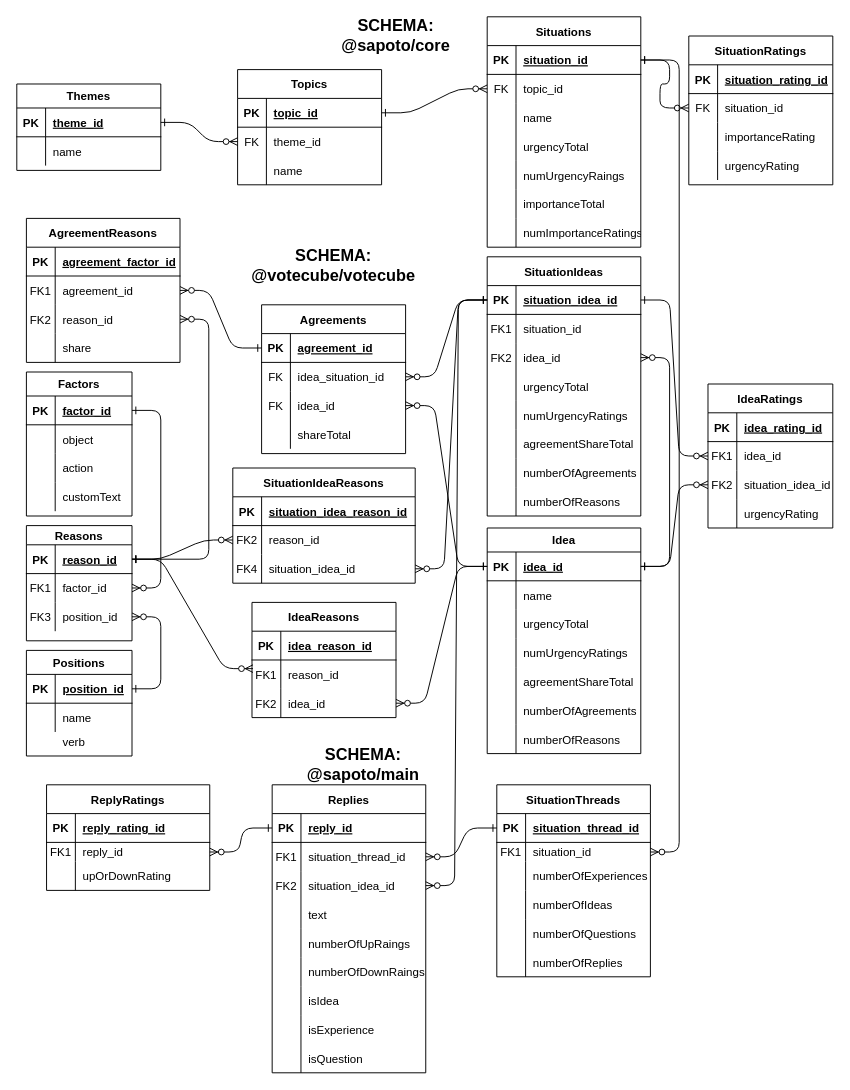
Before: apps/entity-relationship-diagram.drawio in Past-The-War-Earth/sapoto.net, a draw.io diagram. Source tidied: cells renumbered, new cells numbered last; positions are measured from the earlier drawing's top-left corner, leaving out a move shared by most shapes. Both pictures are drawn from the tidied source at 96%, with x=0, y=0 at pixel (16, 16).
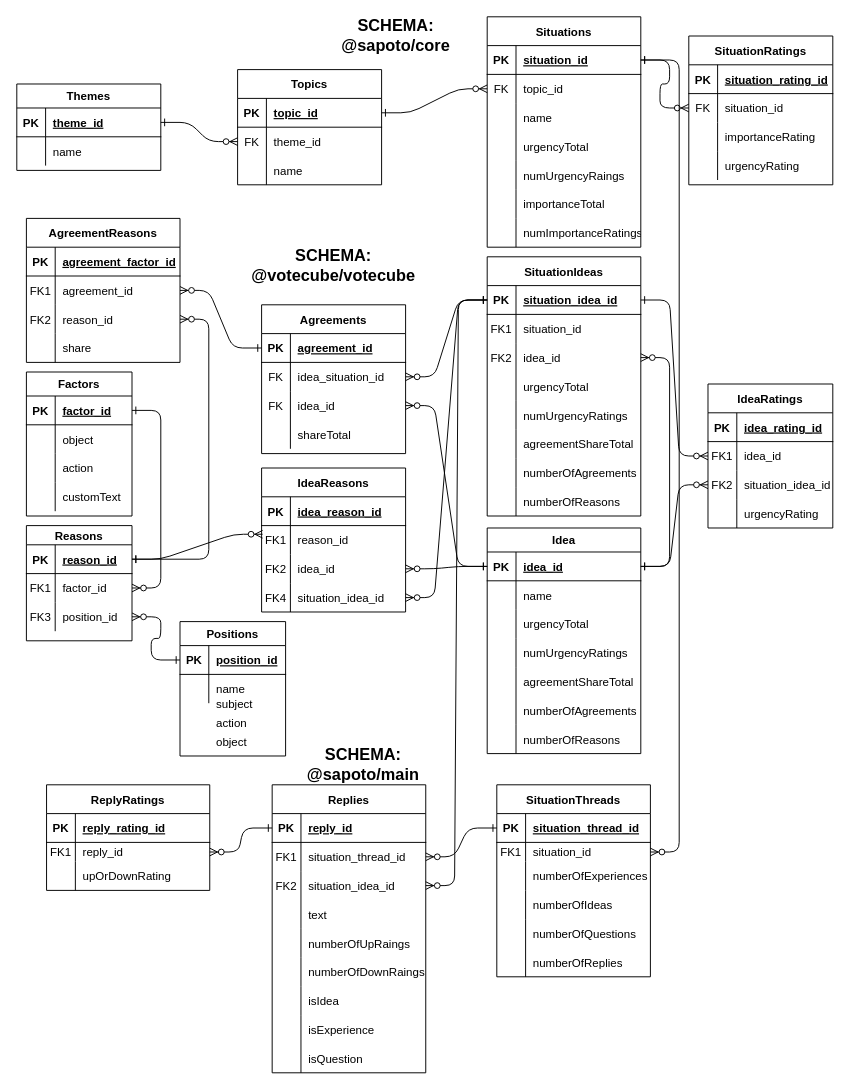
Above is the later version.

Commit message:
Merged SituationIdeaReasons into IdeaReasons

The change refers to these unchanged cells:
```xml
<mxCell id="249" style="shape=partialRectangle;fillColor=none;points=[[0,0.5],[1,0.5]];portConstraint=eastwest;top=0;left=0;right=0;bottom=1;" parent="248" vertex="1">
  <mxGeometry y="20" width="110" height="30" as="geometry" />
</mxCell>
```

Diff of the diagram source:
```diff
@@
     <mxCell id="181" value="IdeaReasons" style="shape=table;startSize=30;childLayout=tableLayout;rowLines=0;fontStyle=1;align=center;" parent="1" vertex="1">
-      <mxGeometry x="245" y="610" width="150" height="120" as="geometry" />
+      <mxGeometry x="255" y="470" width="150" height="150" as="geometry" />
     </mxCell>
@@
+    <mxCell id="266" style="shape=partialRectangle;fillColor=none;points=[[0,0.5],[1,0.5]];portConstraint=eastwest;top=0;left=0;right=0;bottom=0;" parent="181" vertex="1">
+      <mxGeometry y="120" width="150" height="30" as="geometry" />
+    </mxCell>
+    <mxCell id="267" value="FK4" style="shape=partialRectangle;overflow=hidden;fillColor=none;top=0;left=0;bottom=0;right=0;" parent="266" vertex="1">
+      <mxGeometry width="30" height="30" as="geometry" />
+    </mxCell>
+    <mxCell id="268" value="situation_idea_id" style="shape=partialRectangle;overflow=hidden;fillColor=none;top=0;left=0;bottom=0;right=0;align=left;spacingLeft=6;" parent="266" vertex="1">
+      <mxGeometry x="30" width="120" height="30" as="geometry" />
+    </mxCell>
@@
     <mxCell id="206" value="Positions" style="shape=table;startSize=25;childLayout=tableLayout;rowLines=0;fontStyle=1;align=center;" parent="1" vertex="1">
-      <mxGeometry x="10" y="660" width="110" height="110" as="geometry" />
+      <mxGeometry x="170" y="630" width="110" height="140" as="geometry" />
     </mxCell>
@@
-    <mxCell id="259" value="SituationIdeaReasons" style="shape=table;startSize=30;childLayout=tableLayout;rowLines=0;fontStyle=1;align=center;" parent="1" vertex="1">
-      <mxGeometry x="225" y="470" width="190" height="120" as="geometry" />
-    </mxCell>
-    <mxCell id="260" style="shape=partialRectangle;fillColor=none;top=0;left=0;right=0;bottom=1;" parent="259" vertex="1">
-      <mxGeometry y="30" width="190" height="30" as="geometry" />
-    </mxCell>
-    <mxCell id="261" value="PK" style="shape=partialRectangle;overflow=hidden;fillColor=none;top=0;left=0;bottom=0;right=0;fontStyle=1;" parent="260" vertex="1">
-      <mxGeometry width="30" height="30" as="geometry" />
-    </mxCell>
-    <mxCell id="262" value="situation_idea_reason_id" style="shape=partialRectangle;overflow=hidden;fillColor=none;top=0;left=0;bottom=0;right=0;align=left;spacingLeft=6;fontStyle=5;" parent="260" vertex="1">
-      <mxGeometry x="30" width="160" height="30" as="geometry" />
-    </mxCell>
-    <mxCell id="263" style="shape=partialRectangle;fillColor=none;points=[[0,0.5],[1,0.5]];portConstraint=eastwest;top=0;left=0;right=0;bottom=0;" parent="259" vertex="1">
-      <mxGeometry y="60" width="190" height="30" as="geometry" />
-    </mxCell>
-    <mxCell id="264" value="FK2" style="shape=partialRectangle;overflow=hidden;fillColor=none;top=0;left=0;bottom=0;right=0;" parent="263" vertex="1">
-      <mxGeometry width="30" height="30" as="geometry" />
-    </mxCell>
-    <mxCell id="265" value="reason_id" style="shape=partialRectangle;overflow=hidden;fillColor=none;top=0;left=0;bottom=0;right=0;align=left;spacingLeft=6;" parent="263" vertex="1">
-      <mxGeometry x="30" width="160" height="30" as="geometry" />
-    </mxCell>
-    <mxCell id="266" style="shape=partialRectangle;fillColor=none;points=[[0,0.5],[1,0.5]];portConstraint=eastwest;top=0;left=0;right=0;bottom=0;" parent="259" vertex="1">
-      <mxGeometry y="90" width="190" height="30" as="geometry" />
-    </mxCell>
-    <mxCell id="267" value="FK4" style="shape=partialRectangle;overflow=hidden;fillColor=none;top=0;left=0;bottom=0;right=0;" parent="266" vertex="1">
-      <mxGeometry width="30" height="30" as="geometry" />
-    </mxCell>
-    <mxCell id="268" value="situation_idea_id" style="shape=partialRectangle;overflow=hidden;fillColor=none;top=0;left=0;bottom=0;right=0;align=left;spacingLeft=6;" parent="266" vertex="1">
-      <mxGeometry x="30" width="160" height="30" as="geometry" />
-    </mxCell>
-    <mxCell id="269" style="edgeStyle=entityRelationEdgeStyle;endArrow=ERzeroToMany;startArrow=ERone;endFill=1;startFill=0;exitX=1;exitY=0.5;exitDx=0;exitDy=0;entryX=0;entryY=0.5;entryDx=0;entryDy=0;" parent="1" edge="1" source="249" target="263">
-      <mxGeometry relative="1" as="geometry" />
-    </mxCell>
-    <mxCell id="270" style="shape=partialRectangle;fillColor=none;top=0;left=0;right=0;bottom=0;" parent="1" vertex="1">
-      <mxGeometry x="10" y="740" width="110" height="30" as="geometry" />
-    </mxCell>
-    <mxCell id="271" style="shape=partialRectangle;overflow=hidden;fillColor=none;top=0;left=0;bottom=0;right=0;" parent="270" vertex="1">
-      <mxGeometry width="30" height="30" as="geometry" />
-    </mxCell>
-    <mxCell id="272" value="verb" style="shape=partialRectangle;overflow=hidden;fillColor=none;top=0;left=0;bottom=0;right=0;align=left;spacingLeft=6;" parent="270" vertex="1">
-      <mxGeometry x="30" width="80" height="30" as="geometry" />
-    </mxCell>
+    <mxCell id="273" style="shape=partialRectangle;fillColor=none;top=0;left=0;right=0;bottom=0;" parent="1" vertex="1">
+      <mxGeometry x="170" y="700" width="110" height="30" as="geometry" />
+    </mxCell>
+    <mxCell id="274" style="shape=partialRectangle;overflow=hidden;fillColor=none;top=0;left=0;bottom=0;right=0;" parent="273" vertex="1">
+      <mxGeometry width="30" height="30" as="geometry" />
+    </mxCell>
+    <mxCell id="275" value="subject" style="shape=partialRectangle;overflow=hidden;fillColor=none;top=0;left=0;bottom=0;right=0;align=left;spacingLeft=6;" parent="273" vertex="1">
+      <mxGeometry x="30" width="80" height="30" as="geometry" />
+    </mxCell>
+    <mxCell id="276" style="shape=partialRectangle;fillColor=none;top=0;left=0;right=0;bottom=0;" parent="1" vertex="1">
+      <mxGeometry x="170" y="720" width="110" height="30" as="geometry" />
+    </mxCell>
+    <mxCell id="277" style="shape=partialRectangle;overflow=hidden;fillColor=none;top=0;left=0;bottom=0;right=0;" parent="276" vertex="1">
+      <mxGeometry width="30" height="30" as="geometry" />
+    </mxCell>
+    <mxCell id="278" value="action" style="shape=partialRectangle;overflow=hidden;fillColor=none;top=0;left=0;bottom=0;right=0;align=left;spacingLeft=6;" parent="276" vertex="1">
+      <mxGeometry x="30" width="80" height="30" as="geometry" />
+    </mxCell>
+    <mxCell id="279" style="shape=partialRectangle;fillColor=none;top=0;left=0;right=0;bottom=0;" parent="1" vertex="1">
+      <mxGeometry x="170" y="740" width="110" height="30" as="geometry" />
+    </mxCell>
+    <mxCell id="280" style="shape=partialRectangle;overflow=hidden;fillColor=none;top=0;left=0;bottom=0;right=0;" parent="279" vertex="1">
+      <mxGeometry width="30" height="30" as="geometry" />
+    </mxCell>
+    <mxCell id="281" value="object" style="shape=partialRectangle;overflow=hidden;fillColor=none;top=0;left=0;bottom=0;right=0;align=left;spacingLeft=6;" parent="279" vertex="1">
+      <mxGeometry x="30" width="80" height="30" as="geometry" />
+    </mxCell>
```
